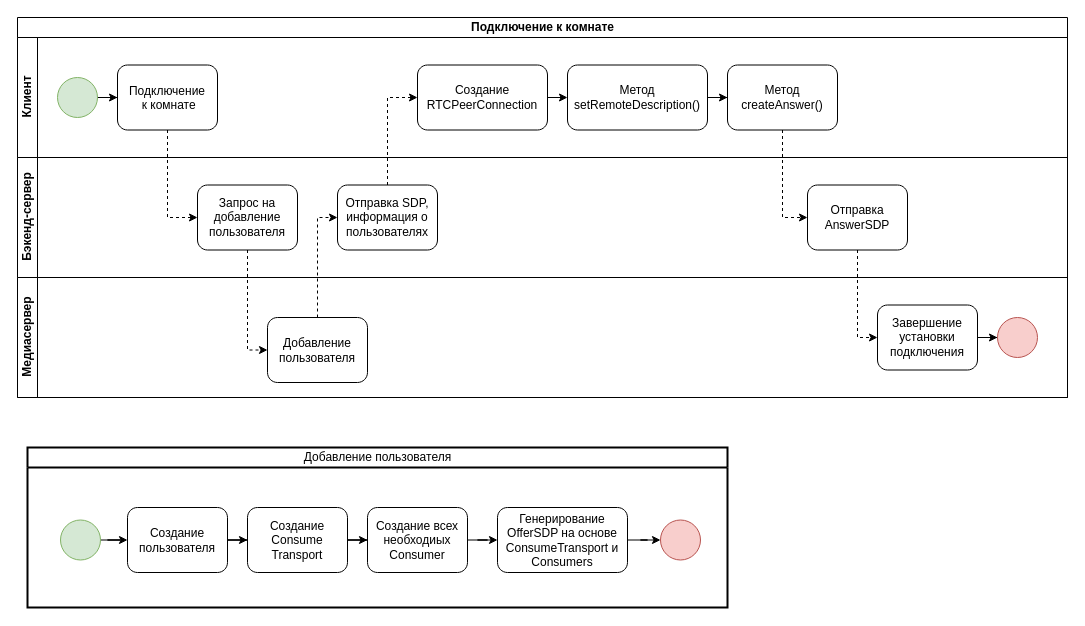
The draw.io diagram page "Страница 1" (1 of 3) of Диаграммы/Процесс.drawio in den59k/community, before the edit. Source tidied: cells renumbered, new cells numbered last; positions are measured from the earlier drawing's top-left corner, leaving out a move shared by most shapes. Both pictures are drawn from the tidied source at 100%, with x=0, y=0 at pixel (17, 17).
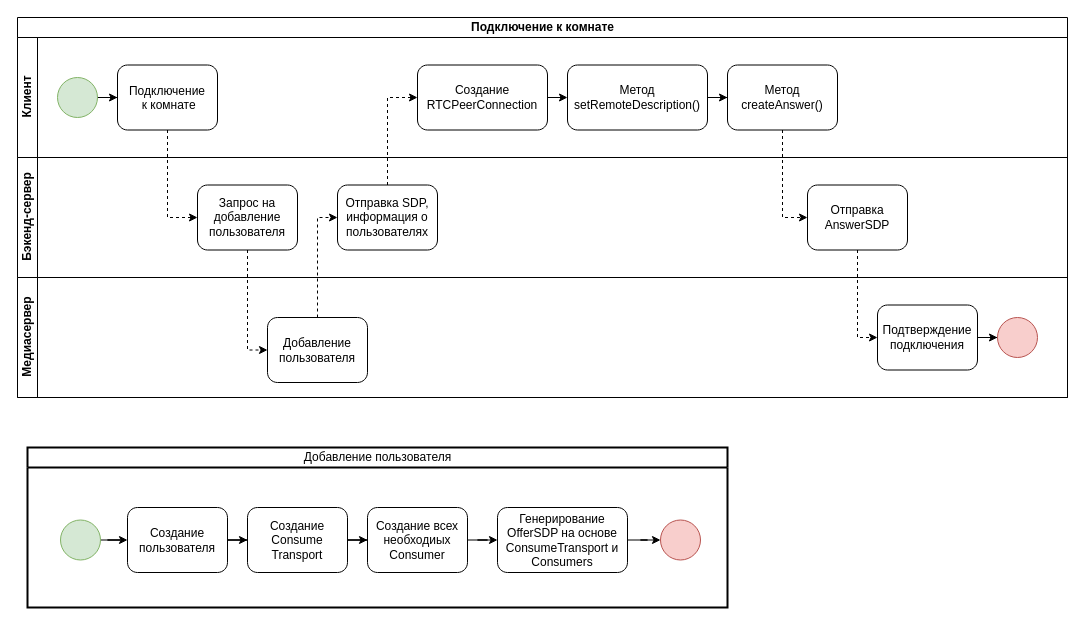
Above is the later version.

Unchanged cells that the change refers to:
```xml
<mxCell id="18" value="Медиасервер" style="swimlane;html=1;startSize=20;horizontal=0;" parent="2" vertex="1">
  <mxGeometry y="260" width="1050" height="120" as="geometry" />
</mxCell>
```

The edit, as a diff of the source:
```diff
@@
-    <mxCell id="25" value="Завершение установки&#10;подключения" style="points=[[0.25,0,0],[0.5,0,0],[0.75,0,0],[1,0.25,0],[1,0.5,0],[1,0.75,0],[0.75,1,0],[0.5,1,0],[0.25,1,0],[0,0.75,0],[0,0.5,0],[0,0.25,0]];shape=mxgraph.bpmn.task;rectStyle=rounded;size=10;taskMarker=abstract;whiteSpace=wrap;" parent="18" vertex="1">
+    <mxCell id="25" value="Подтверждение подключения" style="points=[[0.25,0,0],[0.5,0,0],[0.75,0,0],[1,0.25,0],[1,0.5,0],[1,0.75,0],[0.75,1,0],[0.5,1,0],[0.25,1,0],[0,0.75,0],[0,0.5,0],[0,0.25,0]];shape=mxgraph.bpmn.task;rectStyle=rounded;size=10;taskMarker=abstract;whiteSpace=wrap;" parent="18" vertex="1">
       <mxGeometry x="860" y="27.5" width="100" height="65" as="geometry" />
     </mxCell>
```
